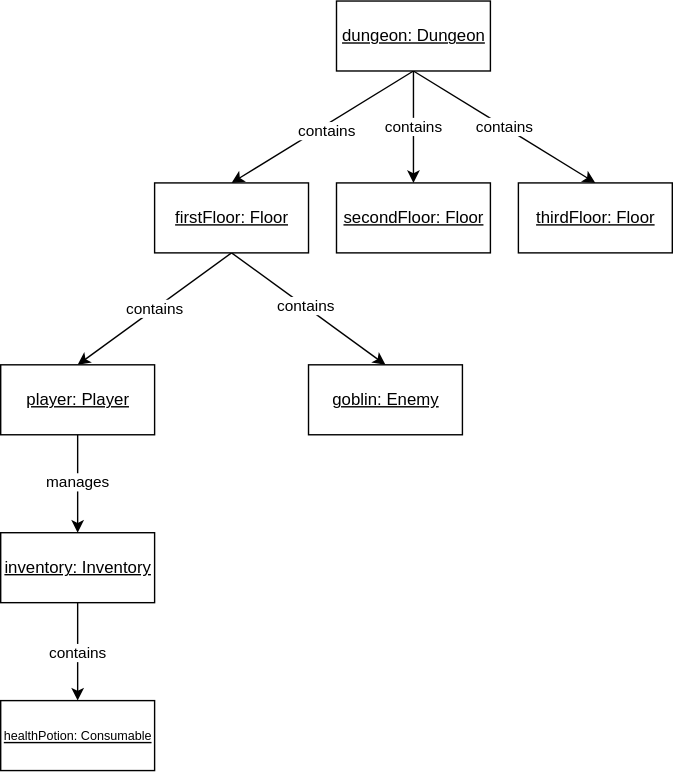
nagutabby/roguelike-simulator keeps this draw.io diagram as diagrams/object_diagram1.drawio.svg. Above is the earlier version. Source tidied: cells renumbered, new cells last; positions are measured from the earlier drawing's top-left corner, leaving out a move shared by most shapes.
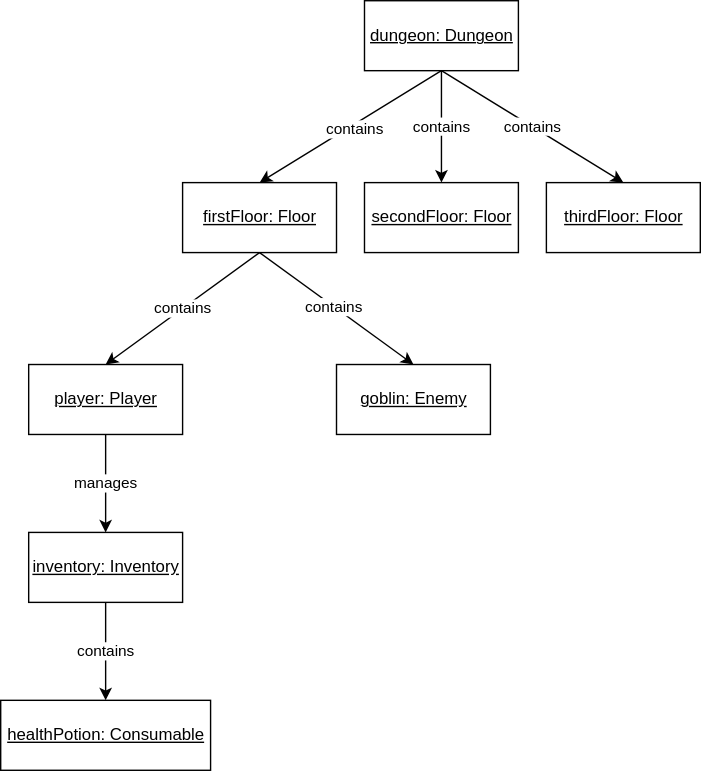
Above is the later version.

Commit message:
フォントの大きさを揃える

What changed in the source:
```diff
@@ -50,8 +50,8 @@
     <mxCell id="17" value="&lt;u&gt;player: Player&lt;/u&gt;" style="html=1;" parent="1" vertex="1">
       <mxGeometry y="260" width="110" height="50" as="geometry" />
     </mxCell>
-    <mxCell id="18" value="&lt;span style=&quot;&quot;&gt;&lt;u&gt;&lt;font style=&quot;font-size: 9px;&quot;&gt;healthPotion: Consumable&lt;/font&gt;&lt;/u&gt;&lt;/span&gt;" style="html=1;" parent="1" vertex="1">
-      <mxGeometry y="500" width="110" height="50" as="geometry" />
+    <mxCell id="18" value="&lt;span style=&quot;&quot;&gt;&lt;u&gt;&lt;font style=&quot;font-size: 12px;&quot;&gt;healthPotion: Consumable&lt;/font&gt;&lt;/u&gt;&lt;/span&gt;" style="html=1;" parent="1" vertex="1">
+      <mxGeometry x="-20" y="500" width="150" height="50" as="geometry" />
     </mxCell>
   </root>
 </mxGraphModel>
```
